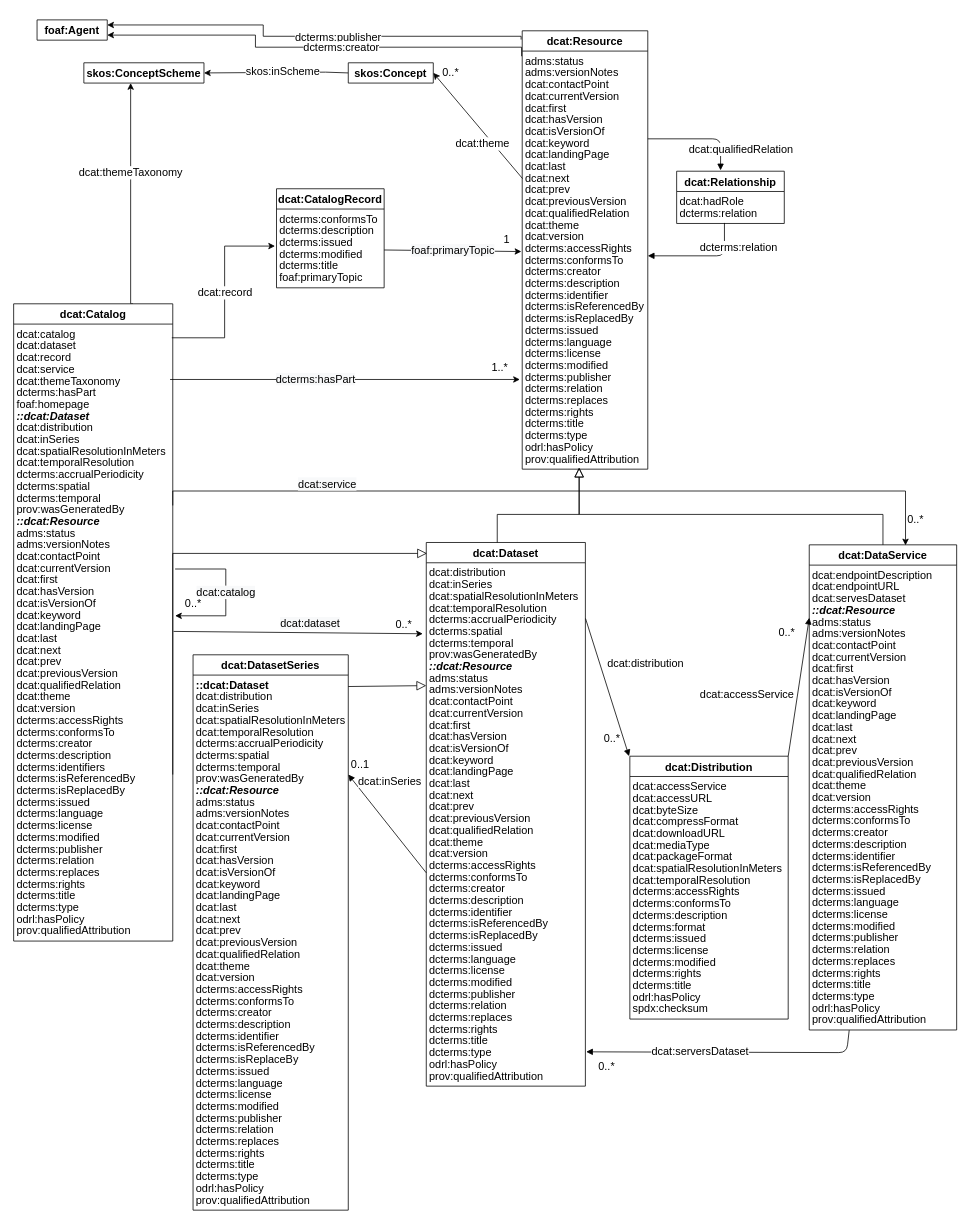
w3c/dxwg keeps this draw.io diagram as dcat/UML/dcat-all-attributes.drawio. Above is the earlier version. Source tidied: cells renumbered, new cells numbered last; positions are measured from the earlier drawing's top-left corner, leaving out a move shared by most shapes. Both pictures are drawn from the tidied source at 78%, with x=0, y=0 at pixel (13, 20).
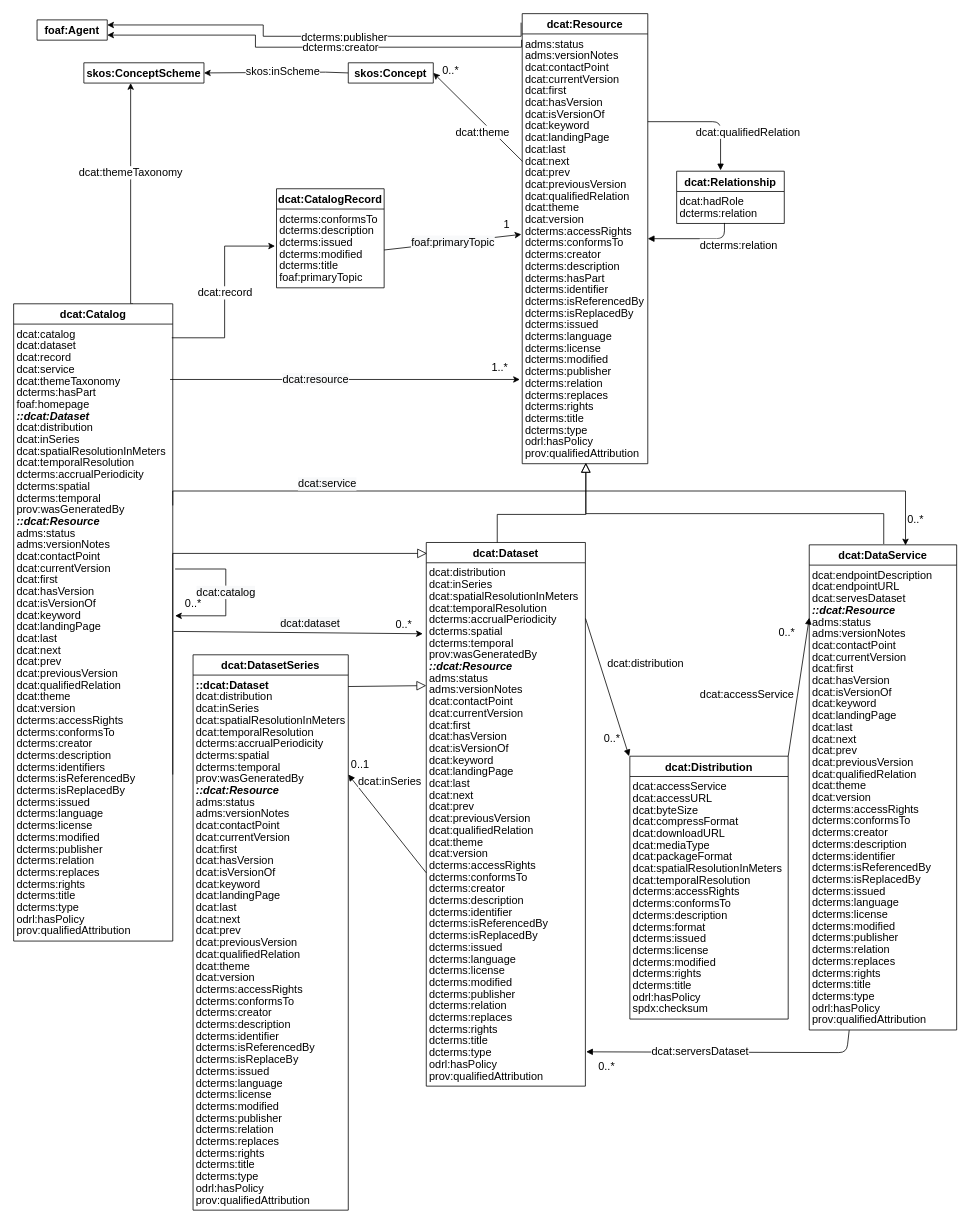
After the change.

Commit message (it also covers changes not shown here):
updated class diagram according to #1470

The change refers to these unchanged cells:
```xml
<mxCell id="10" value="dcterms:hasPart" style="text;strokeColor=none;fillColor=none;align=left;verticalAlign=top;spacingLeft=4;spacingRight=4;overflow=hidden;points=[[0,0.5],[1,0.5]];portConstraint=eastwest;spacing=0;fontSize=14;" parent="4" vertex="1">
  <mxGeometry y="101" width="204" height="15" as="geometry" />
</mxCell>
<mxCell id="114" value="dcat:Dataset" style="swimlane;fontStyle=1;horizontal=1;startSize=26;spacing=0;fontSize=14;" parent="1" vertex="1">
  <mxGeometry x="529" y="670" width="204" height="697" as="geometry" />
</mxCell>
<mxCell id="159" value="dcat:DataService" style="swimlane;fontStyle=1;horizontal=1;startSize=26;spacing=0;fontSize=14;" parent="1" vertex="1">
  <mxGeometry x="1020" y="673" width="189" height="622" as="geometry" />
</mxCell>
```

Diff of the diagram source:
```diff
@@
     <mxCell id="66" value="dcat:Resource" style="swimlane;fontStyle=1;horizontal=1;startSize=26;spacing=0;fontSize=14;" parent="1" vertex="1">
-      <mxGeometry x="652" y="14" width="161" height="562" as="geometry" />
+      <mxGeometry x="652" y="-8" width="161" height="577" as="geometry" />
     </mxCell>
@@
+    <mxCell id="295" value="dcterms:hasPart" style="text;strokeColor=none;fillColor=none;align=left;verticalAlign=top;spacingLeft=4;spacingRight=4;overflow=hidden;fontStyle=0;spacing=0;fontSize=14;" parent="66" vertex="1">
+      <mxGeometry y="326" width="161" height="15" as="geometry" />
+    </mxCell>
     <mxCell id="87" value="dcterms:identifier" style="text;strokeColor=none;fillColor=none;align=left;verticalAlign=top;spacingLeft=4;spacingRight=4;overflow=hidden;fontStyle=0;spacing=0;fontSize=14;" parent="66" vertex="1">
-      <mxGeometry y="326" width="161" height="15" as="geometry" />
+      <mxGeometry y="341" width="161" height="15" as="geometry" />
     </mxCell>
     <mxCell id="88" value="dcterms:isReferencedBy" style="text;strokeColor=none;fillColor=none;align=left;verticalAlign=top;spacingLeft=4;spacingRight=4;overflow=hidden;fontStyle=0;spacing=0;fontSize=14;" parent="66" vertex="1">
-      <mxGeometry y="341" width="161" height="15" as="geometry" />
+      <mxGeometry y="356" width="161" height="15" as="geometry" />
     </mxCell>
     <mxCell id="89" value="dcterms:isReplacedBy" style="text;strokeColor=none;fillColor=none;align=left;verticalAlign=top;spacingLeft=4;spacingRight=4;overflow=hidden;fontStyle=0;spacing=0;fontSize=14;" parent="66" vertex="1">
-      <mxGeometry y="356" width="161" height="15" as="geometry" />
+      <mxGeometry y="371" width="161" height="15" as="geometry" />
     </mxCell>
     <mxCell id="90" value="dcterms:issued" style="text;strokeColor=none;fillColor=none;align=left;verticalAlign=top;spacingLeft=4;spacingRight=4;overflow=hidden;fontStyle=0;spacing=0;fontSize=14;" parent="66" vertex="1">
-      <mxGeometry y="371" width="161" height="15" as="geometry" />
+      <mxGeometry y="386" width="161" height="15" as="geometry" />
     </mxCell>
     <mxCell id="91" value="dcterms:language" style="text;strokeColor=none;fillColor=none;align=left;verticalAlign=top;spacingLeft=4;spacingRight=4;overflow=hidden;fontStyle=0;spacing=0;fontSize=14;" parent="66" vertex="1">
-      <mxGeometry y="386" width="161" height="15" as="geometry" />
+      <mxGeometry y="401" width="161" height="15" as="geometry" />
     </mxCell>
     <mxCell id="92" value="dcterms:license" style="text;strokeColor=none;fillColor=none;align=left;verticalAlign=top;spacingLeft=4;spacingRight=4;overflow=hidden;fontStyle=0;spacing=0;fontSize=14;" parent="66" vertex="1">
-      <mxGeometry y="401" width="161" height="15" as="geometry" />
+      <mxGeometry y="416" width="161" height="15" as="geometry" />
     </mxCell>
     <mxCell id="93" value="dcterms:modified" style="text;strokeColor=none;fillColor=none;align=left;verticalAlign=top;spacingLeft=4;spacingRight=4;overflow=hidden;fontStyle=0;spacing=0;fontSize=14;" parent="66" vertex="1">
-      <mxGeometry y="416" width="161" height="15" as="geometry" />
+      <mxGeometry y="431" width="161" height="15" as="geometry" />
     </mxCell>
     <mxCell id="94" value="dcterms:publisher" style="text;strokeColor=none;fillColor=none;align=left;verticalAlign=top;spacingLeft=4;spacingRight=4;overflow=hidden;fontStyle=0;spacing=0;fontSize=14;" parent="66" vertex="1">
-      <mxGeometry y="431" width="161" height="15" as="geometry" />
+      <mxGeometry y="446" width="161" height="15" as="geometry" />
     </mxCell>
     <mxCell id="95" value="dcterms:relation" style="text;strokeColor=none;fillColor=none;align=left;verticalAlign=top;spacingLeft=4;spacingRight=4;overflow=hidden;fontStyle=0;spacing=0;fontSize=14;" parent="66" vertex="1">
-      <mxGeometry y="446" width="161" height="15" as="geometry" />
+      <mxGeometry y="461" width="161" height="15" as="geometry" />
     </mxCell>
     <mxCell id="96" value="dcterms:replaces" style="text;strokeColor=none;fillColor=none;align=left;verticalAlign=top;spacingLeft=4;spacingRight=4;overflow=hidden;fontStyle=0;spacing=0;fontSize=14;" parent="66" vertex="1">
-      <mxGeometry y="461" width="161" height="15" as="geometry" />
+      <mxGeometry y="476" width="161" height="15" as="geometry" />
     </mxCell>
     <mxCell id="97" value="dcterms:rights" style="text;strokeColor=none;fillColor=none;align=left;verticalAlign=top;spacingLeft=4;spacingRight=4;overflow=hidden;fontStyle=0;spacing=0;fontSize=14;" parent="66" vertex="1">
-      <mxGeometry y="476" width="161" height="15" as="geometry" />
+      <mxGeometry y="491" width="161" height="15" as="geometry" />
     </mxCell>
     <mxCell id="98" value="dcterms:title" style="text;strokeColor=none;fillColor=none;align=left;verticalAlign=top;spacingLeft=4;spacingRight=4;overflow=hidden;fontStyle=0;spacing=0;fontSize=14;" parent="66" vertex="1">
-      <mxGeometry y="491" width="161" height="15" as="geometry" />
+      <mxGeometry y="506" width="161" height="15" as="geometry" />
     </mxCell>
     <mxCell id="99" value="dcterms:type" style="text;strokeColor=none;fillColor=none;align=left;verticalAlign=top;spacingLeft=4;spacingRight=4;overflow=hidden;fontStyle=0;spacing=0;fontSize=14;" parent="66" vertex="1">
-      <mxGeometry y="506" width="161" height="15" as="geometry" />
+      <mxGeometry y="521" width="161" height="15" as="geometry" />
     </mxCell>
     <mxCell id="100" value="odrl:hasPolicy" style="text;strokeColor=none;fillColor=none;align=left;verticalAlign=top;spacingLeft=4;spacingRight=4;overflow=hidden;fontStyle=0;spacing=0;fontSize=14;" parent="66" vertex="1">
-      <mxGeometry y="521" width="161" height="15" as="geometry" />
+      <mxGeometry y="536" width="161" height="15" as="geometry" />
     </mxCell>
     <mxCell id="101" value="prov:qualifiedAttribution" style="text;strokeColor=none;fillColor=none;align=left;verticalAlign=top;spacingLeft=4;spacingRight=4;overflow=hidden;points=[[0,0.5],[1,0.5]];portConstraint=eastwest;fontStyle=0;spacing=0;fontSize=14;" parent="66" vertex="1">
-      <mxGeometry y="536" width="161" height="26" as="geometry" />
+      <mxGeometry y="551" width="161" height="26" as="geometry" />
     </mxCell>
@@
-    <mxCell id="112" value="&lt;span style=&quot;font-size: 14px; text-align: left; background-color: rgb(248, 249, 250);&quot;&gt;dcterms:hasPart&lt;/span&gt;" style="rounded=0;jettySize=auto;html=1;exitX=0.983;exitY=-0.267;exitDx=0;exitDy=0;fontSize=14;spacing=0;exitPerimeter=0;" parent="1" edge="1" source="10">
+    <mxCell id="112" value="&lt;span style=&quot;font-size: 14px ; text-align: left ; background-color: rgb(248 , 249 , 250)&quot;&gt;dcat:resource&lt;/span&gt;" style="rounded=0;jettySize=auto;html=1;exitX=0.983;exitY=-0.267;exitDx=0;exitDy=0;fontSize=14;spacing=0;exitPerimeter=0;" parent="1" edge="1" source="10">
       <mxGeometry x="-0.17" relative="1" as="geometry">
         <mxPoint x="649" y="461" as="targetPoint" />
       </mxGeometry>
     </mxCell>
@@
-    <mxCell id="199" style="endArrow=block;endSize=10;endFill=0;shadow=0;strokeWidth=1;rounded=0;edgeStyle=elbowEdgeStyle;elbow=vertical;exitX=0.446;exitY=0;exitDx=0;exitDy=0;exitPerimeter=0;fontSize=14;spacing=0;" parent="1" edge="1" source="114">
+    <mxCell id="199" style="endArrow=block;endSize=10;endFill=0;shadow=0;strokeWidth=1;rounded=0;edgeStyle=elbowEdgeStyle;elbow=vertical;exitX=0.446;exitY=0;exitDx=0;exitDy=0;exitPerimeter=0;fontSize=14;spacing=0;entryX=0.507;entryY=0.957;entryDx=0;entryDy=0;entryPerimeter=0;" parent="1" edge="1" source="114" target="101">
       <mxGeometry relative="1" as="geometry">
-        <mxPoint x="725" y="574" as="targetPoint" />
         <Array as="points">
           <mxPoint x="710" y="634" />
           <mxPoint x="710" y="614" />
         </Array>
       </mxGeometry>
     </mxCell>
-    <mxCell id="200" style="endArrow=block;endSize=10;endFill=0;shadow=0;strokeWidth=1;rounded=0;edgeStyle=elbowEdgeStyle;elbow=vertical;fontSize=14;spacing=0;" parent="1" edge="1" source="159">
+    <mxCell id="200" style="endArrow=block;endSize=10;endFill=0;shadow=0;strokeWidth=1;rounded=0;edgeStyle=elbowEdgeStyle;elbow=vertical;fontSize=14;spacing=0;" parent="1" edge="1">
       <mxGeometry relative="1" as="geometry">
-        <mxPoint x="725" y="574" as="targetPoint" />
+        <mxPoint x="1115.5" y="672" as="sourcePoint" />
+        <mxPoint x="733.5" y="568" as="targetPoint" />
         <Array as="points">
-          <mxPoint x="840" y="634" />
-          <mxPoint x="890" y="614" />
+          <mxPoint x="920" y="633" />
+          <mxPoint x="891" y="613" />
         </Array>
       </mxGeometry>
     </mxCell>
```
